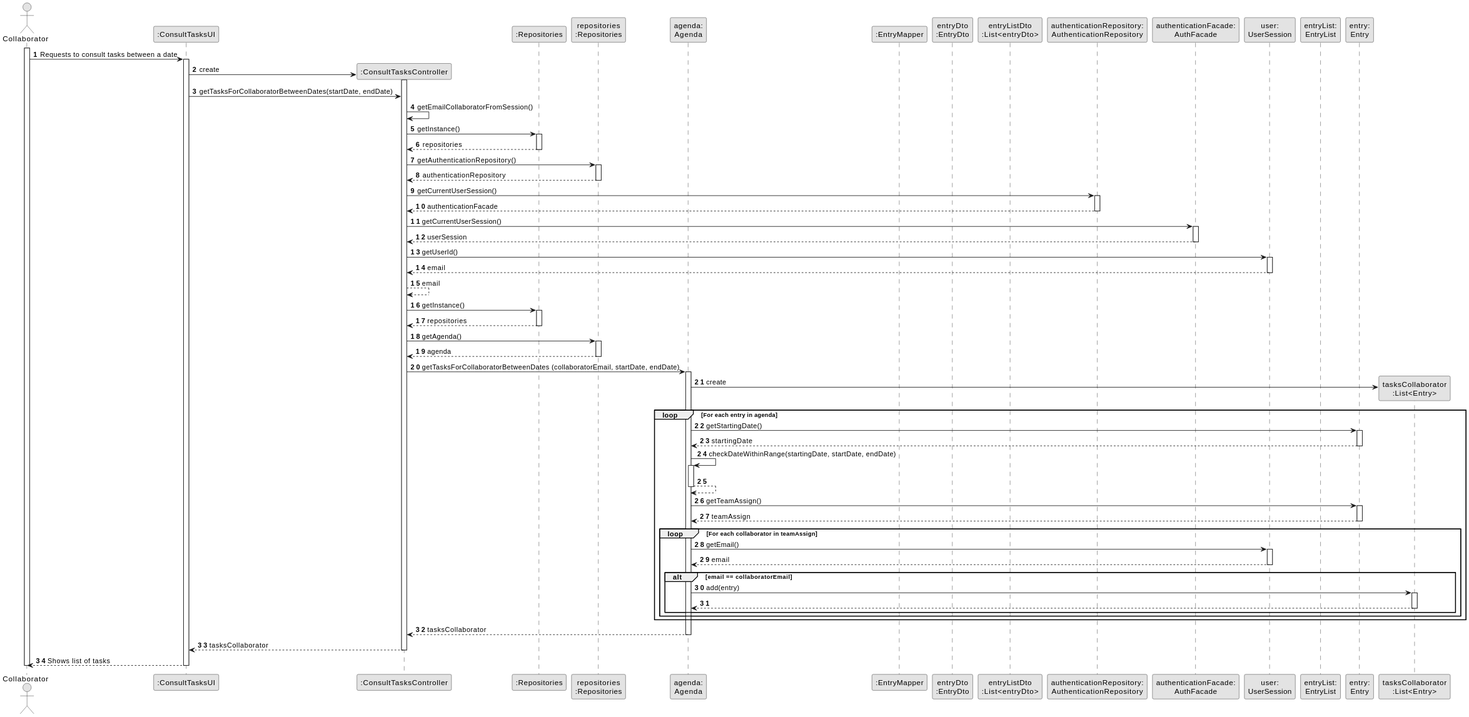
Before: docs/sprintA&B&C/us028/03.design/svg/us028-sequence-diagram-full.svg, a diagram exported from PlantUML (daniel41silva05/ISEP_2023_2024_LAPR2).
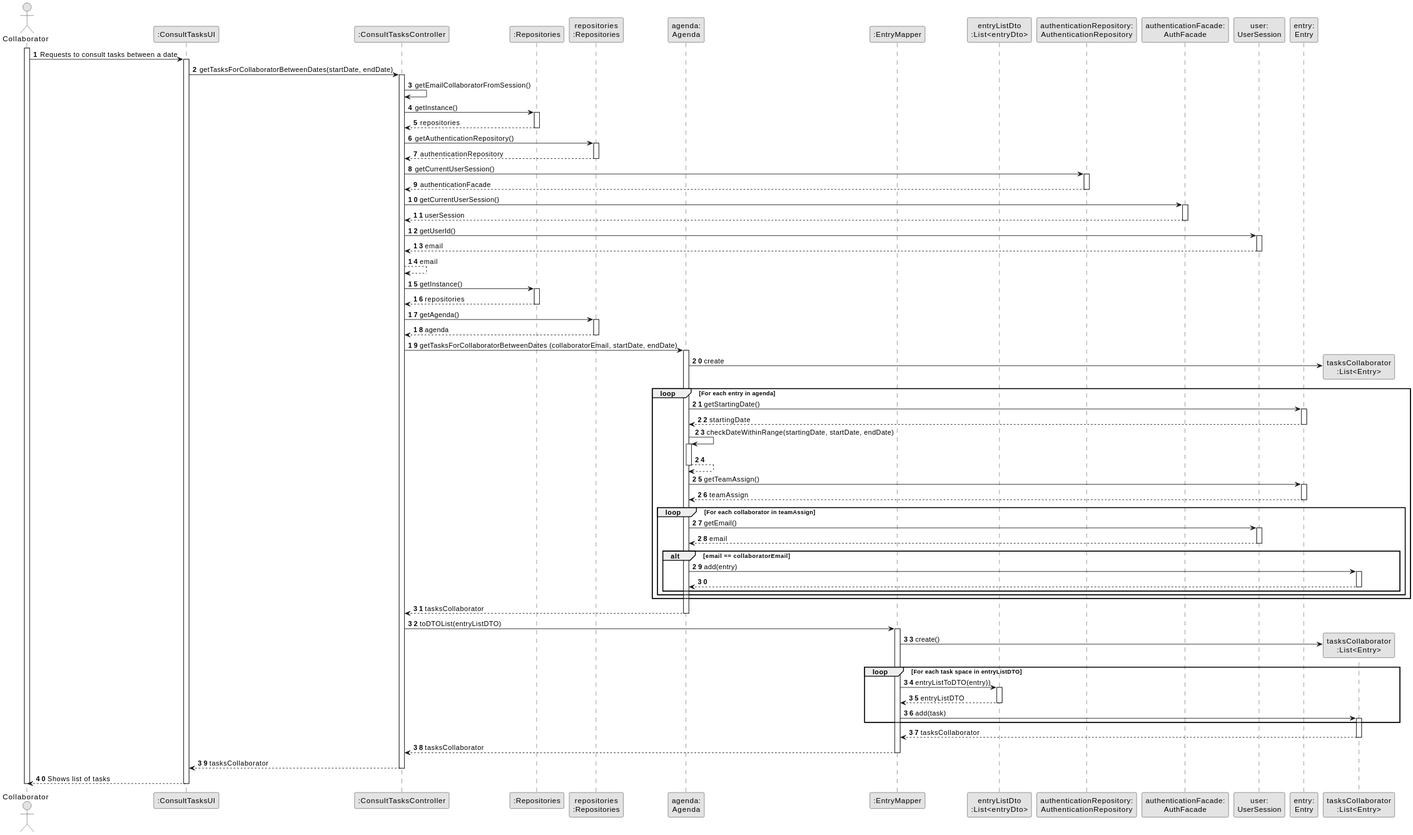
The same file after the commit.

What changed in the source:
```diff
@@ -12,12 +12,10 @@
 participant "repositories\n:Repositories" as REPS
 participant "agenda:\nAgenda" as AGENDA
 participant ":EntryMapper" as entryMAPPER
-participant "entryDto\n:EntryDto" as entryDTO
 participant "entryListDto\n:List<entryDto>" as entryListDTO
 participant "authenticationRepository:\nAuthenticationRepository" as authentication
 participant "authenticationFacade:\nAuthFacade" as authFacade
 participant "user:\nUserSession" as user
-participant "entryList:\nEntryList" as entryList
 participant "entry:\nEntry" as ENTRY
 
 activate COLLABORATOR
@@ -25,10 +23,9 @@
 COLLABORATOR -> UI : Requests to consult tasks between a date
     activate UI
 
-    UI -> CTRL** : create
-        activate CTRL
 
     UI -> CTRL : getTasksForCollaboratorBetweenDates(startDate, endDate)
+        activate CTRL
 
             CTRL -> CTRL: getEmailCollaboratorFromSession()
 
@@ -130,11 +127,35 @@
             AGENDA --> CTRL : tasksCollaborator
             deactivate AGENDA
 
+            CTRL -> entryMAPPER: toDTOList(entryListDTO)
+            activate entryMAPPER
+
+            entryMAPPER -> "tasksCollaborator\n:List<Entry>"** : create()
+
+            loop For each task space in entryListDTO
+
+                entryMAPPER -> entryListDTO: entryListToDTO(entry))
+                activate entryListDTO
+
+                entryListDTO --> entryMAPPER: entryListDTO
+                deactivate entryListDTO
+
+                entryMAPPER -> "tasksCollaborator\n:List<Entry>": add(task)
+                activate "tasksCollaborator\n:List<Entry>"
+            end
+
+                "tasksCollaborator\n:List<Entry>" --> entryMAPPER: tasksCollaborator
+                deactivate "tasksCollaborator\n:List<Entry>"
+
+            entryMAPPER --> CTRL : tasksCollaborator
+            deactivate entryMAPPER
+
         CTRL --> UI : tasksCollaborator
         deactivate CTRL
 
     UI --> COLLABORATOR : Shows list of tasks
     deactivate UI
 
+
 deactivate COLLABORATOR
 @enduml
```
